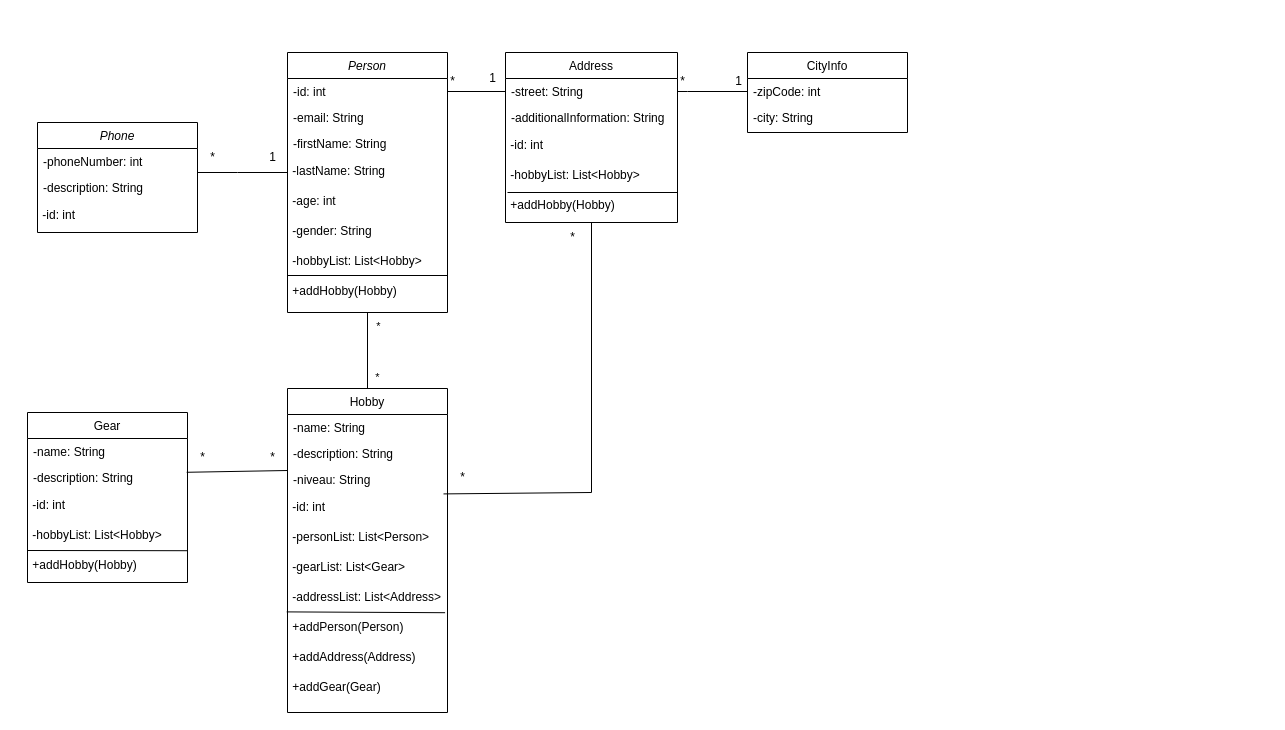
Before: src/main/resources/Klasse_diagram.drawio in nk11-dat/CA-1, a draw.io diagram. Source tidied: cells renumbered, new cells numbered last; positions are measured from the earlier drawing's top-left corner, leaving out a move shared by most shapes. Both pictures are drawn from the tidied source at 100%, with x=0, y=0 at pixel (27, 52).
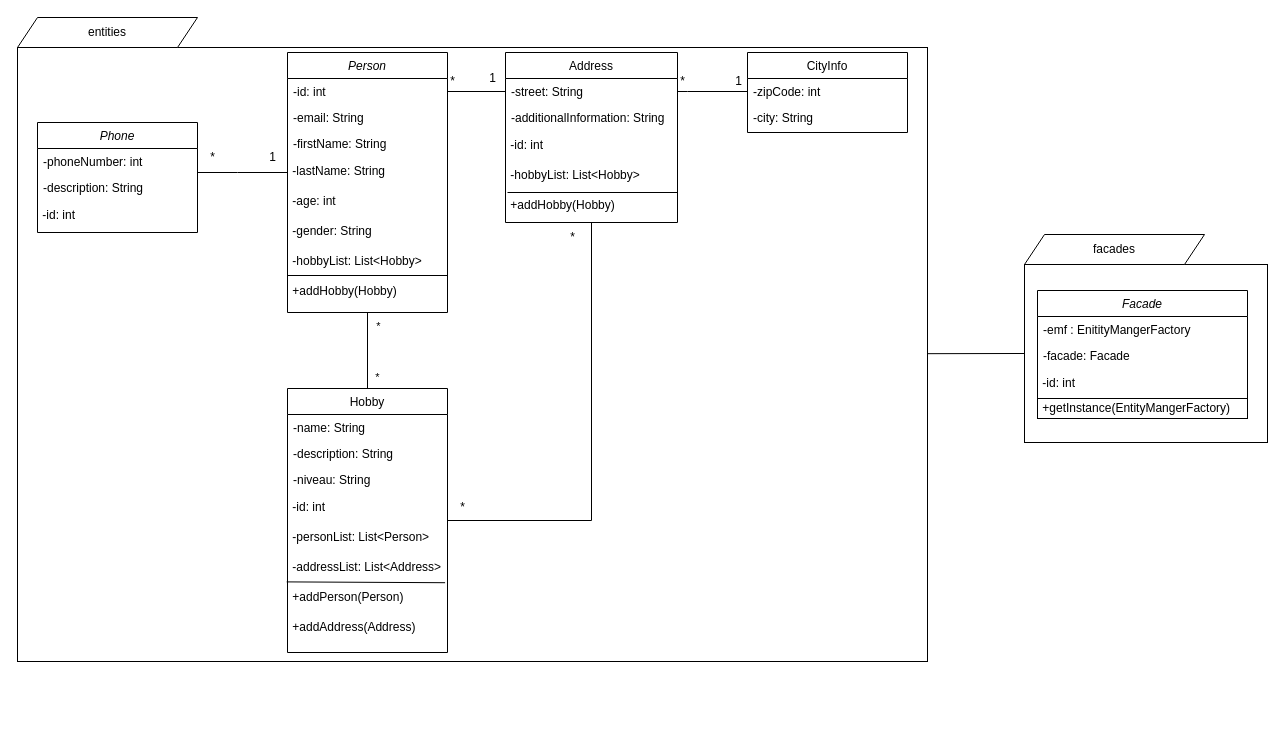
The same page after the edit.

Unchanged cells that the change refers to:
```xml
<mxCell id="11" value="Address" style="swimlane;fontStyle=0;align=center;verticalAlign=top;horizontal=1;startSize=26;rounded=0;shadow=0;strokeWidth=1;" parent="1" vertex="1">
  <mxGeometry x="478" width="172" height="170" as="geometry" />
</mxCell>
```

Diff of the diagram source:
```diff
@@
+    <mxCell id="62" style="rounded=0;whiteSpace=wrap;html=1;" parent="1" vertex="1">
+      <mxGeometry x="997" y="212" width="243" height="178" as="geometry" />
+    </mxCell>
+    <mxCell id="63" value="facades" style="shape=parallelogram;perimeter=parallelogramPerimeter;whiteSpace=wrap;html=1;fixedSize=1;" parent="1" vertex="1">
+      <mxGeometry x="997" y="182" width="180" height="30" as="geometry" />
+    </mxCell>
+    <mxCell id="64" style="rounded=0;whiteSpace=wrap;html=1;" parent="1" vertex="1">
+      <mxGeometry x="-10" y="-5" width="910" height="614" as="geometry" />
+    </mxCell>
@@
     <mxCell id="24" value="Hobby" style="swimlane;fontStyle=0;align=center;verticalAlign=top;horizontal=1;startSize=26;rounded=0;shadow=0;strokeWidth=1;" parent="1" vertex="1">
-      <mxGeometry x="260" y="336" width="160" height="324" as="geometry" />
+      <mxGeometry x="260" y="336" width="160" height="264" as="geometry" />
     </mxCell>
@@
-    <mxCell id="30" value="&amp;nbsp;-gearList: List&amp;lt;Gear&amp;gt;" style="text;html=1;align=left;verticalAlign=middle;strokeColor=none;fillColor=none;" parent="24" vertex="1">
-      <mxGeometry y="164" width="160" height="30" as="geometry" />
-    </mxCell>
     <mxCell id="31" value="&amp;nbsp;-addressList: List&amp;lt;Address&amp;gt;" style="text;html=1;align=left;verticalAlign=middle;strokeColor=none;fillColor=none;" parent="24" vertex="1">
-      <mxGeometry y="194" width="160" height="30" as="geometry" />
+      <mxGeometry y="164" width="160" height="30" as="geometry" />
     </mxCell>
     <mxCell id="32" value="&amp;nbsp;+addPerson(Person)" style="text;html=1;align=left;verticalAlign=middle;points=[];strokeColor=none;fillColor=none;" parent="24" vertex="1">
-      <mxGeometry y="224" width="160" height="30" as="geometry" />
+      <mxGeometry y="194" width="160" height="30" as="geometry" />
     </mxCell>
     <mxCell id="33" value="&amp;nbsp;+addAddress(Address)" style="text;html=1;align=left;verticalAlign=middle;strokeColor=none;fillColor=none;" parent="24" vertex="1">
-      <mxGeometry y="254" width="160" height="30" as="geometry" />
+      <mxGeometry y="224" width="160" height="30" as="geometry" />
     </mxCell>
@@
-    <mxCell id="35" value="&amp;nbsp;+addGear(Gear)" style="text;html=1;align=left;verticalAlign=middle;strokeColor=none;fillColor=none;" parent="24" vertex="1">
-      <mxGeometry y="284" width="160" height="30" as="geometry" />
-    </mxCell>
@@
-    <mxCell id="47" style="endArrow=none;html=1;rounded=0;exitX=-0.133;exitY=1.047;exitDx=0;exitDy=0;exitPerimeter=0;" parent="1" edge="1" source="58" target="11">
+    <mxCell id="47" style="endArrow=none;html=1;rounded=0;" parent="1" edge="1" source="24" target="11">
       <mxGeometry relative="1" as="geometry">
         <Array as="points">
-          <mxPoint x="564" y="440" />
+          <mxPoint x="564" y="468" />
         </Array>
       </mxGeometry>
     </mxCell>
@@
-    <mxCell id="49" value="Gear" style="swimlane;fontStyle=0;align=center;verticalAlign=top;horizontal=1;startSize=26;rounded=0;shadow=0;strokeWidth=1;" parent="1" vertex="1">
-      <mxGeometry y="360" width="160" height="170" as="geometry" />
-    </mxCell>
-    <mxCell id="50" value="-name: String" style="text;align=left;verticalAlign=top;spacingLeft=4;spacingRight=4;overflow=hidden;" parent="49" vertex="1">
-      <mxGeometry y="26" width="160" height="26" as="geometry" />
-    </mxCell>
-    <mxCell id="51" value="-description: String" style="text;align=left;verticalAlign=top;spacingLeft=4;spacingRight=4;overflow=hidden;rounded=0;shadow=0;html=0;" parent="49" vertex="1">
-      <mxGeometry y="52" width="160" height="26" as="geometry" />
-    </mxCell>
-    <mxCell id="52" value="&amp;nbsp;-id: int" style="text;html=1;align=left;verticalAlign=middle;strokeColor=none;fillColor=none;" parent="49" vertex="1">
-      <mxGeometry y="78" width="160" height="30" as="geometry" />
-    </mxCell>
-    <mxCell id="53" value="&amp;nbsp;-hobbyList: List&amp;lt;Hobby&amp;gt;" style="text;html=1;align=left;verticalAlign=middle;strokeColor=none;fillColor=none;" parent="49" vertex="1">
-      <mxGeometry y="108" width="160" height="30" as="geometry" />
-    </mxCell>
-    <mxCell id="54" value="&amp;nbsp;+addHobby(Hobby)" style="text;html=1;align=left;verticalAlign=middle;points=[];strokeColor=none;fillColor=none;" parent="49" vertex="1">
-      <mxGeometry y="138" width="160" height="30" as="geometry" />
-    </mxCell>
-    <mxCell id="55" style="endArrow=none;html=1;rounded=0;exitX=1;exitY=0.007;exitDx=0;exitDy=0;exitPerimeter=0;" parent="49" edge="1" source="54">
-      <mxGeometry relative="1" as="geometry">
-        <mxPoint y="138" as="targetPoint" />
-      </mxGeometry>
-    </mxCell>
-    <mxCell id="56" style="endArrow=none;html=1;rounded=0;entryX=0;entryY=0.231;entryDx=0;entryDy=0;entryPerimeter=0;exitX=-0.027;exitY=0.993;exitDx=0;exitDy=0;exitPerimeter=0;" parent="1" edge="1" source="60">
-      <mxGeometry relative="1" as="geometry">
-        <mxPoint x="260" y="418" as="targetPoint" />
-      </mxGeometry>
-    </mxCell>
-    <mxCell id="57" value="*" style="text;html=1;align=center;verticalAlign=middle;strokeColor=none;fillColor=none;" parent="1" vertex="1">
-      <mxGeometry x="230" y="390" width="30" height="30" as="geometry" />
-    </mxCell>
     <mxCell id="58" value="*" style="text;html=1;align=center;verticalAlign=middle;points=[];strokeColor=none;fillColor=none;" parent="1" vertex="1">
-      <mxGeometry x="420" y="410" width="30" height="30" as="geometry" />
+      <mxGeometry x="420" y="440" width="30" height="30" as="geometry" />
     </mxCell>
@@
-    <mxCell id="60" value="*" style="text;html=1;align=center;verticalAlign=middle;points=[];strokeColor=none;fillColor=none;" parent="1" vertex="1">
-      <mxGeometry x="160" y="390" width="30" height="30" as="geometry" />
-    </mxCell>
@@
+    <mxCell id="65" value="Facade" style="swimlane;fontStyle=2;align=center;verticalAlign=top;horizontal=1;startSize=26;rounded=0;shadow=0;strokeWidth=1;" parent="1" vertex="1">
+      <mxGeometry x="1010" y="238" width="210" height="128" as="geometry" />
+    </mxCell>
+    <mxCell id="66" value="-emf : EnitityMangerFactory" style="text;align=left;verticalAlign=top;spacingLeft=4;spacingRight=4;overflow=hidden;" parent="65" vertex="1">
+      <mxGeometry y="26" width="210" height="26" as="geometry" />
+    </mxCell>
+    <mxCell id="67" value="-facade: Facade" style="text;align=left;verticalAlign=top;spacingLeft=4;spacingRight=4;overflow=hidden;rounded=0;shadow=0;html=0;" parent="65" vertex="1">
+      <mxGeometry y="52" width="210" height="26" as="geometry" />
+    </mxCell>
+    <mxCell id="52" value="&amp;nbsp;-id: int" style="text;html=1;align=left;verticalAlign=middle;strokeColor=none;fillColor=none;" parent="65" vertex="1">
+      <mxGeometry y="78" width="210" height="30" as="geometry" />
+    </mxCell>
+    <mxCell id="68" value="&amp;nbsp;+getInstance(EntityMangerFactory)" style="text;html=1;align=left;verticalAlign=middle;strokeColor=default;fillColor=none;" parent="65" vertex="1">
+      <mxGeometry y="108" width="210" height="20" as="geometry" />
+    </mxCell>
+    <mxCell id="69" value="entities" style="shape=parallelogram;perimeter=parallelogramPerimeter;whiteSpace=wrap;html=1;fixedSize=1;" parent="1" vertex="1">
+      <mxGeometry x="-10" y="-35" width="180" height="30" as="geometry" />
+    </mxCell>
+    <mxCell id="70" style="endArrow=none;html=1;rounded=0;entryX=0;entryY=0.5;entryDx=0;entryDy=0;" parent="1" edge="1" source="64" target="62">
+      <mxGeometry relative="1" as="geometry" />
+    </mxCell>
```
